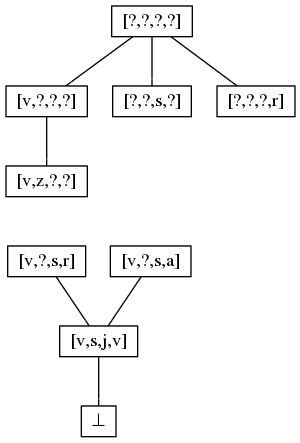
Earlier version of the Graphviz export resources/graphs/iteration_4.png (NorfairKing/ai_alternative-exam). Its source is kept beside it as resources/graphs/iteration_4.dot.
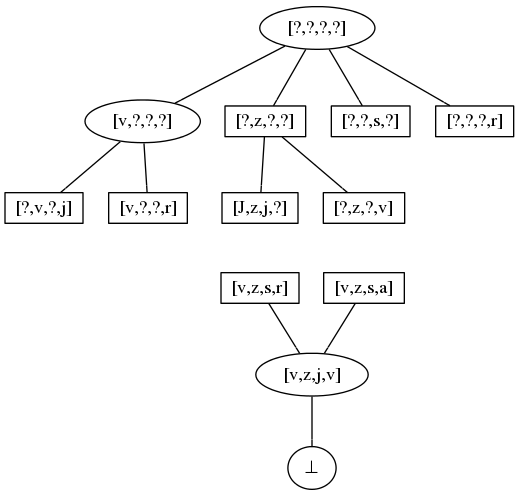
The same diagram one commit later.

Change to the diagram source:
```diff
@@ -2,27 +2,38 @@
     node [shape=rect height=0.1, width=0.2];
     edge [arrowhead = none];
 
-    top  [label = "[?,?,?,?]"];
-    bot  [label = "&#8869;"];
+    top  [label = "[?,?,?,?]",shape=ellipse];
+    bot  [label = "&#8869;",shape=ellipse];
 
-    ex_1 [label= "[v,s,j,v]"];
+    ex_1 [label= "[v,z,j,v]",shape=ellipse];
 
-    ex_2_1 [label = "[v,?,?,?]"];
+    ex_2_1 [label = "[v,?,?,?]",shape=ellipse];
+    ex_2_2 [label = "[?,z,?,?]"];
     ex_2_4 [label = "[?,?,s,?]"];
     ex_2_5 [label = "[?,?,?,r]"];
 
-    ex_3_2 [label = "[v,z,?,?]"];
+    ex_3_1  [label = "[?,v,?,j]"];
+    ex_3_4  [label = "[v,?,?,r]"];
 
-    ex_4_1 [label = "[v,?,s,r]"];
-    ex_4_2 [label = "[v,?,s,a]"];
+    ex_3_8  [label = "[J,z,j,?]"];
+    ex_3_10 [label = "[?,z,?,v]"];
+
+    ex_4_1 [label = "[v,z,s,r]"];
+    ex_4_2 [label = "[v,z,s,a]"];
 
     top -> ex_2_1;
+    top -> ex_2_2;
     top -> ex_2_4;
     top -> ex_2_5;
 
-    ex_2_1 -> ex_3_2;
+    ex_2_1 -> ex_3_1;
+    ex_2_1 -> ex_3_4;
 
-    ex_3_2 -> ex_4_1[style=invis];
+    ex_2_2 -> ex_3_8;
+    ex_2_2 -> ex_3_10;
+
+    ex_3_8  -> ex_4_1[style=invis];
+    ex_3_10 -> ex_4_2[style=invis];
 
     ex_4_1 -> ex_1;
     ex_4_2 -> ex_1;
```
